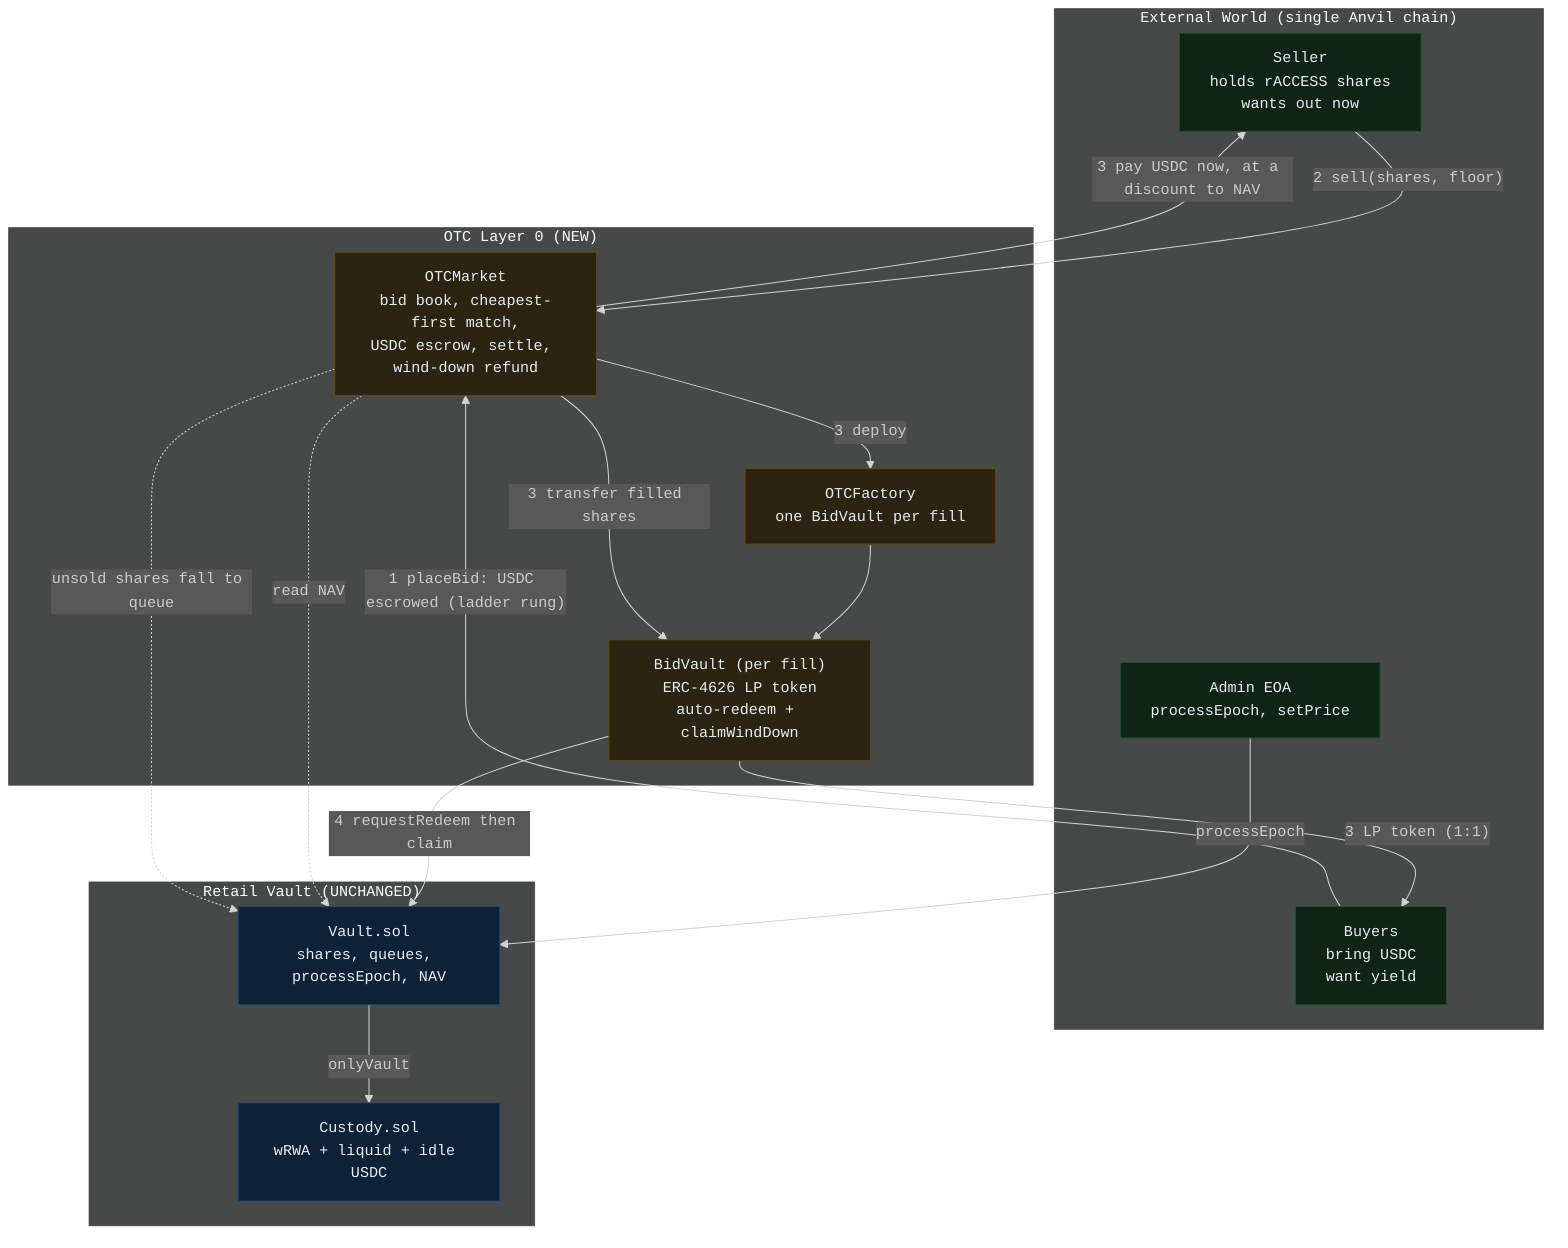
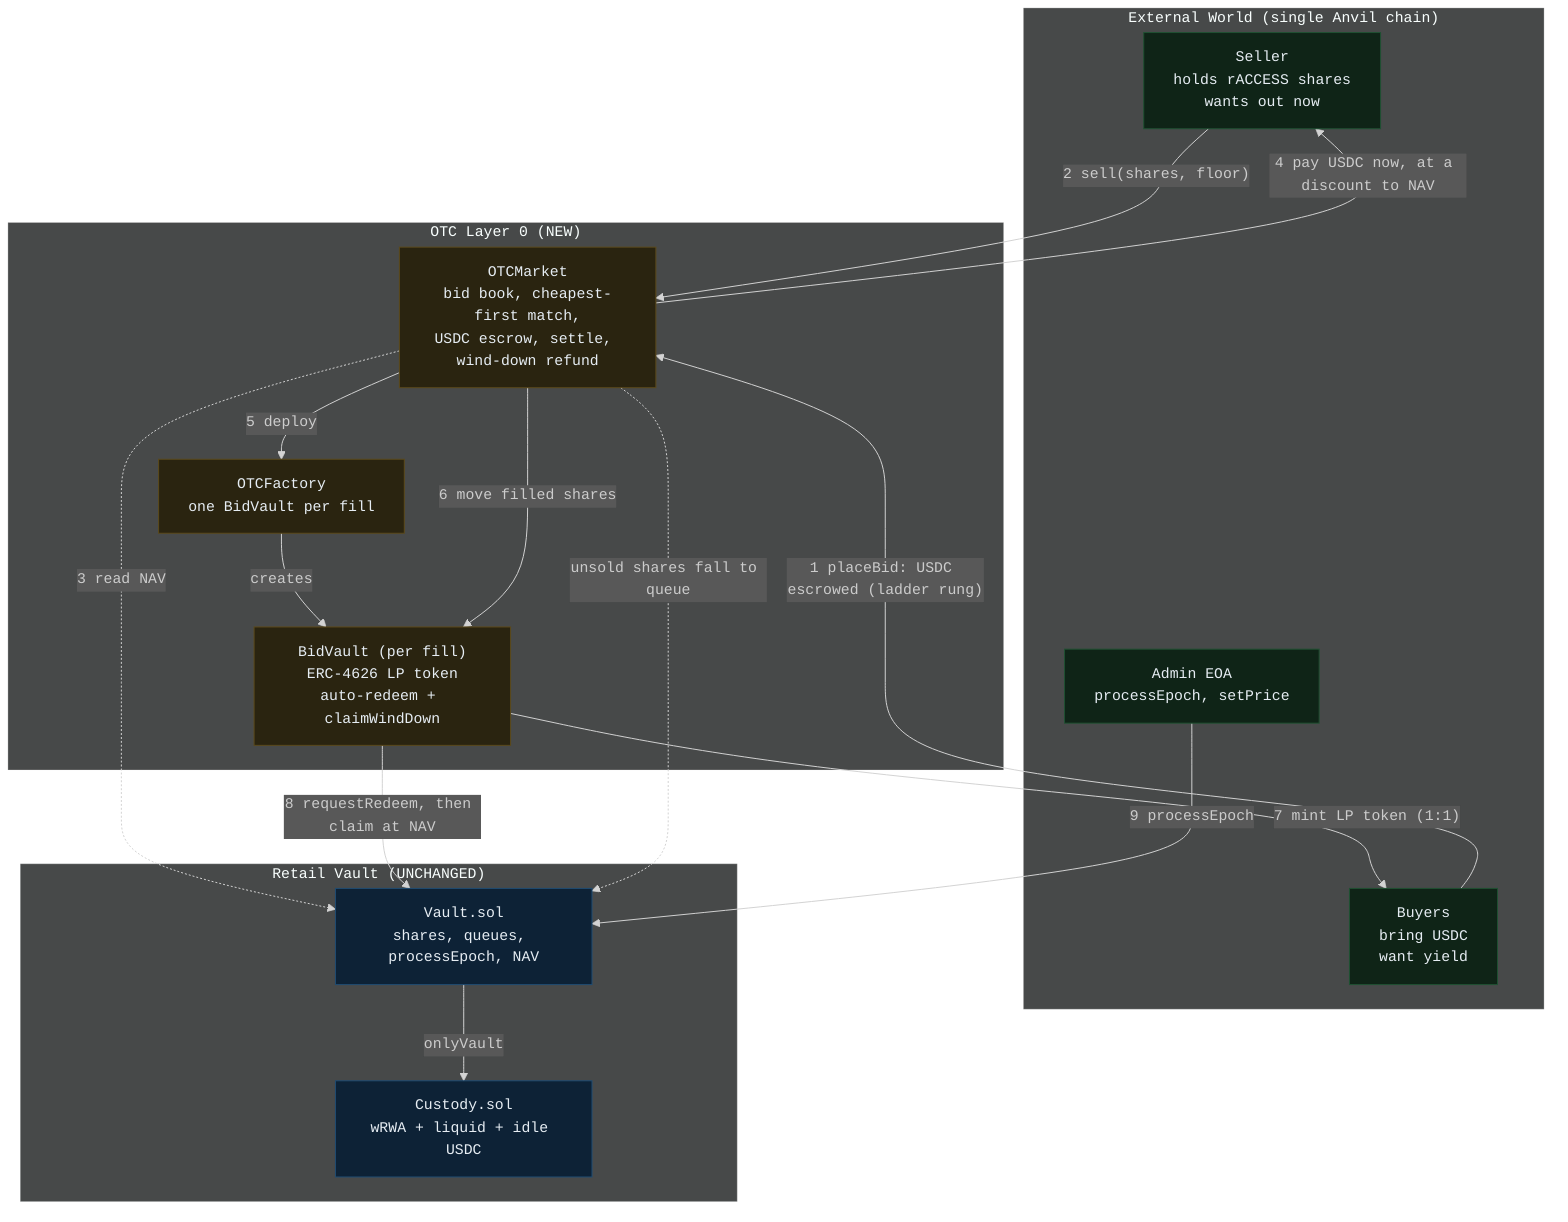
%%{init: {'theme':'dark', 'themeVariables': {'fontFamily':'monospace','fontSize':'15px'}}}%%
graph TB
  subgraph EXT["External World (single Anvil chain)"]
    SELLER["Seller<br/>holds rACCESS shares<br/>wants out now"]
    BUYER["Buyers<br/>bring USDC<br/>want yield"]
    ADMIN["Admin EOA<br/>processEpoch, setPrice"]
  end
  subgraph OTCL["OTC Layer 0 (NEW)"]
    MKT["OTCMarket<br/>bid book, cheapest-first match,<br/>USDC escrow, settle, wind-down refund"]
    FAC["OTCFactory<br/>one BidVault per fill"]
    BV["BidVault (per fill)<br/>ERC-4626 LP token<br/>auto-redeem + claimWindDown"]
  end
  subgraph CORE["Retail Vault (UNCHANGED)"]
    VAULT["Vault.sol<br/>shares, queues, processEpoch, NAV"]
    CUST["Custody.sol<br/>wRWA + liquid + idle USDC"]
  end

  BUYER -->|"1 placeBid: USDC escrowed (ladder rung)"| MKT
  SELLER -->|"2 sell(shares, floor)"| MKT
-   MKT -->|"3 pay USDC now, at a discount to NAV"| SELLER
-   MKT -->|"3 deploy"| FAC
-   FAC --> BV
-   MKT -->|"3 transfer filled shares"| BV
-   BV -->|"3 LP token (1:1)"| BUYER
-   BV -->|"4 requestRedeem then claim"| VAULT
-   MKT -.->|"read NAV"| VAULT
+   MKT -.->|"3 read NAV"| VAULT
+   MKT -->|"4 pay USDC now, at a discount to NAV"| SELLER
+   MKT -->|"5 deploy"| FAC
+   FAC -->|"creates"| BV
+   MKT -->|"6 move filled shares"| BV
+   BV -->|"7 mint LP token (1:1)"| BUYER
+   BV -->|"8 requestRedeem, then claim at NAV"| VAULT
+   ADMIN -->|"9 processEpoch"| VAULT
  MKT -.->|"unsold shares fall to queue"| VAULT
-   ADMIN -->|"processEpoch"| VAULT
  VAULT -->|"onlyVault"| CUST

  classDef ext fill:#0f2417,stroke:#1f5132,color:#e6edf3;
  classDef otc fill:#2a2410,stroke:#5c4a1a,color:#e6edf3;
  classDef core fill:#0d2236,stroke:#1f4c73,color:#e6edf3;
  class SELLER,BUYER,ADMIN ext;
  class MKT,FAC,BV otc;
  class VAULT,CUST core;
